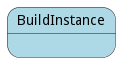
This is docs/edgemere/aml/ds/pm/models/buildinstance/statenet.png from madajaju/edgemere, a PlantUML export, as it was before one commit. Its diagram source:
```plantuml
@startuml



state BuildInstance #lightblue {




}


@enduml
```
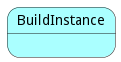
After the commit.

Change to the diagram source:
```diff
@@ -2,7 +2,7 @@
 
 
 
-state BuildInstance #lightblue {
+state BuildInstance #aaffff {
 
 
 
```
